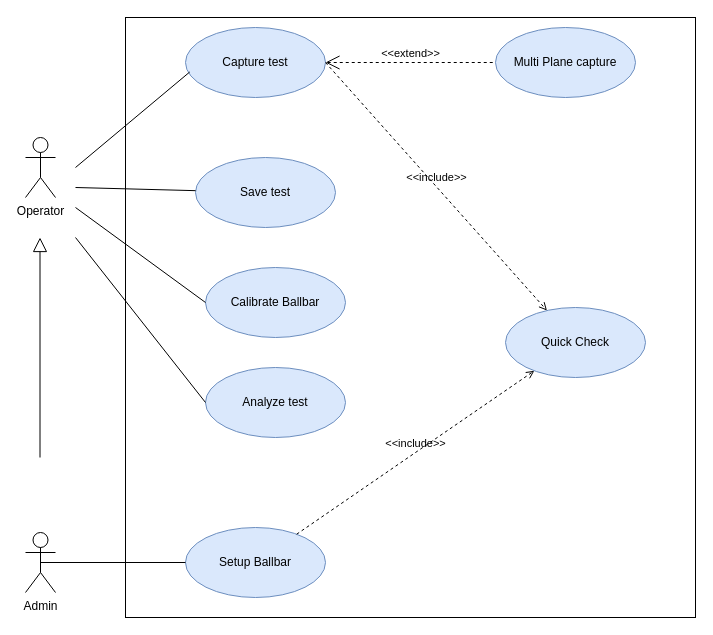
The draw.io diagram page "Use-Case Diagram" (2 of 4) of Caesar Architecture.drawio in AmolSJawalkar/DrawIO, before the edit. Source tidied: cells renumbered, new cells numbered last; positions are measured from the earlier drawing's top-left corner, leaving out a move shared by most shapes. Both pictures are drawn from the tidied source at 100%, with x=0, y=0 at pixel (25, 17).
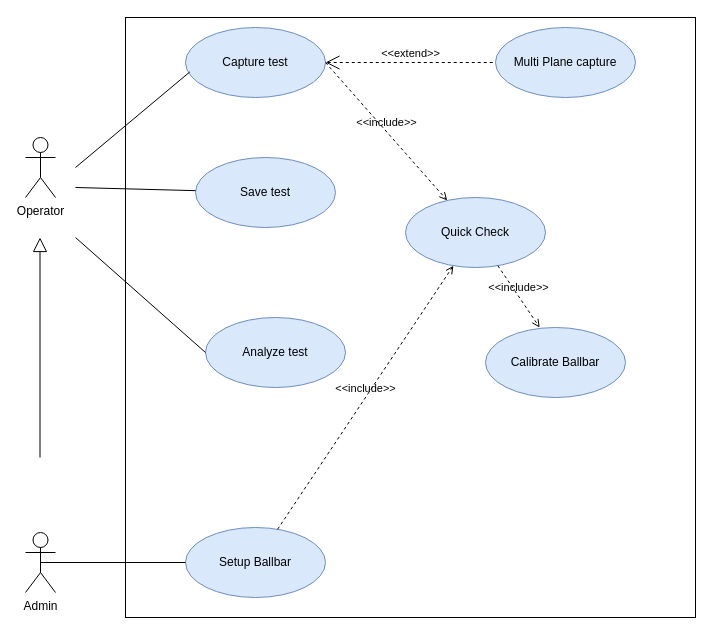
After the change.

What changed in the source:
```diff
@@
     <mxCell id="6" value="Calibrate Ballbar" style="ellipse;whiteSpace=wrap;html=1;fillColor=#dae8fc;strokeColor=#6c8ebf;" parent="1" vertex="1">
-      <mxGeometry x="180" y="250" width="140" height="70" as="geometry" />
+      <mxGeometry x="460" y="310" width="140" height="70" as="geometry" />
     </mxCell>
     <mxCell id="7" value="Quick Check" style="ellipse;whiteSpace=wrap;html=1;fillColor=#dae8fc;strokeColor=#6c8ebf;" parent="1" vertex="1">
-      <mxGeometry x="480" y="290" width="140" height="70" as="geometry" />
+      <mxGeometry x="380" y="180" width="140" height="70" as="geometry" />
     </mxCell>
@@
-    <mxCell id="16" style="edgeStyle=none;html=1;endArrow=none;verticalAlign=bottom;rounded=0;entryX=0;entryY=0.5;entryDx=0;entryDy=0;" parent="1" edge="1" target="6">
-      <mxGeometry relative="1" as="geometry">
-        <mxPoint x="50" y="190" as="sourcePoint" />
-      </mxGeometry>
-    </mxCell>
@@
     <mxCell id="19" value="Analyze test" style="ellipse;whiteSpace=wrap;html=1;fillColor=#dae8fc;strokeColor=#6c8ebf;" parent="1" vertex="1">
-      <mxGeometry x="180" y="350" width="140" height="70" as="geometry" />
+      <mxGeometry x="180" y="300" width="140" height="70" as="geometry" />
     </mxCell>
@@
+    <mxCell id="21" value="&amp;lt;&amp;lt;include&amp;gt;&amp;gt;" style="edgeStyle=none;html=1;endArrow=open;verticalAlign=bottom;dashed=1;labelBackgroundColor=none;rounded=0;entryX=0.387;entryY=0;entryDx=0;entryDy=0;entryPerimeter=0;" parent="1" edge="1" source="7" target="6">
+      <mxGeometry relative="1" as="geometry" />
+    </mxCell>
```
